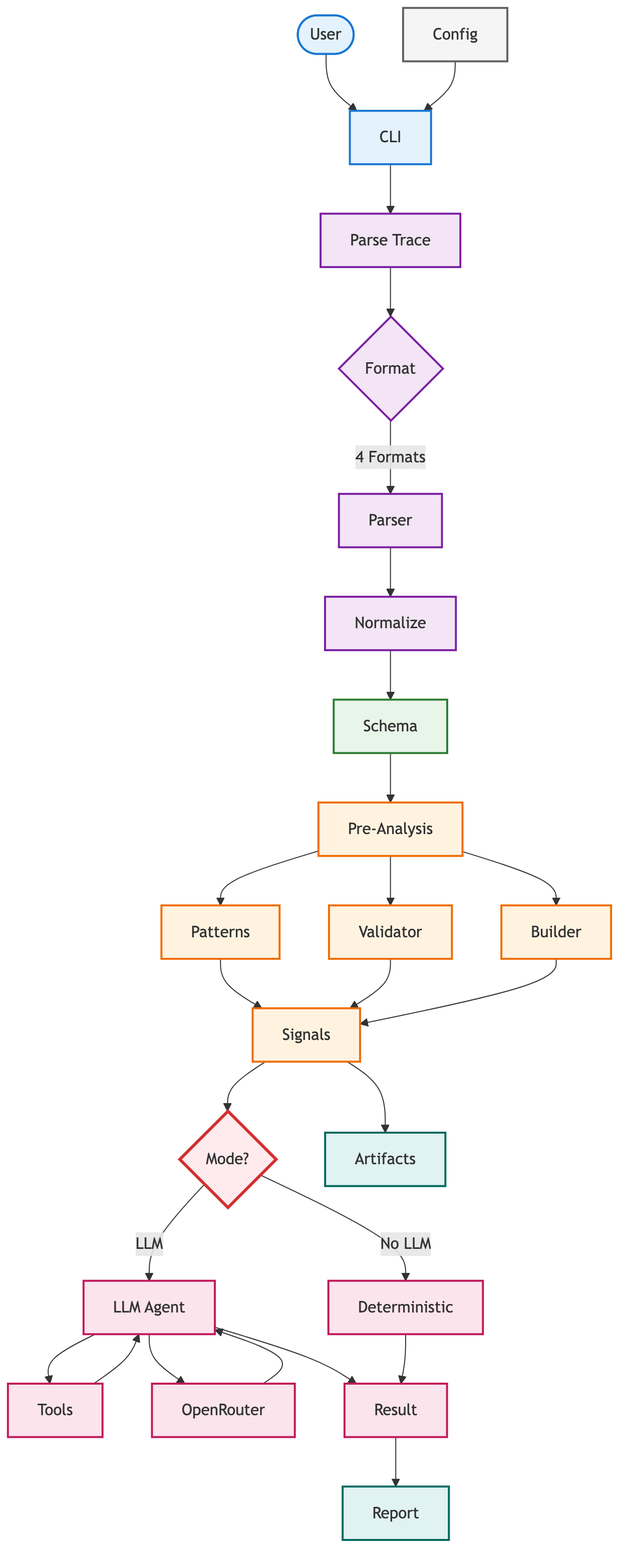
haseebraza715/agent-autopsy keeps this Mermaid diagram as diagrams/architecture.png. Above is the earlier version. Its source is kept beside it as diagrams/architecture.mmd. Source of this version:
```mermaid
graph TB
    Start([User]) --> CLI[CLI]
    Config[Config] --> CLI

    CLI --> Parse[Parse Trace]
    Parse --> Format{Format}
    Format -->|4 Formats| Parser[Parser]
    Parser --> Normalize[Normalize]

    Normalize --> Schema[Schema]
    Schema --> PreAnalysis[Pre-Analysis]

    PreAnalysis --> Patterns[Patterns]
    PreAnalysis --> Validator[Validator]
    PreAnalysis --> Builder[Builder]

    Patterns --> Signals[Signals]
    Validator --> Signals
    Builder --> Signals

    Signals --> Decision{Mode?}
    Decision -->|No LLM| Det[Deterministic]
    Decision -->|LLM| LLM[LLM Agent]

    LLM --> Tools[Tools]
    LLM --> API[OpenRouter]
    Tools --> LLM
    API --> LLM

    LLM --> Result[Result]
    Det --> Result

    Result --> Report[Report]
    Signals --> Artifacts[Artifacts]

    classDef entry fill:#e3f2fd,stroke:#1976d2,stroke-width:2px
    classDef ingestion fill:#f3e5f5,stroke:#7b1fa2,stroke-width:2px
    classDef schema fill:#e8f5e9,stroke:#2e7d32,stroke-width:2px
    classDef preanalysis fill:#fff3e0,stroke:#ef6c00,stroke-width:2px
    classDef analysis fill:#fce4ec,stroke:#c2185b,stroke-width:2px
    classDef output fill:#e0f2f1,stroke:#00695c,stroke-width:2px
    classDef config fill:#f5f5f5,stroke:#616161,stroke-width:2px
    classDef decision fill:#ffebee,stroke:#d32f2f,stroke-width:3px

    class Start,CLI entry
    class Parse,Format,Parser,Normalize ingestion
    class Schema schema
    class PreAnalysis,Patterns,Validator,Builder,Signals preanalysis
    class Decision,LLM,Det,Tools,API,Result analysis
    class Report,Artifacts output
    class Config config
    class Decision decision
```
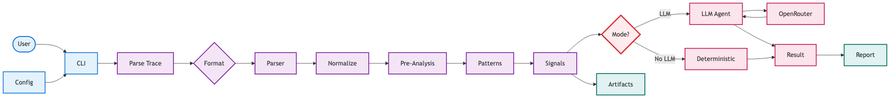
Later version of the same file.

Commit message:
Update architecture diagram - smaller, wider, more concise

Change to the diagram source:
```diff
@@ -1,52 +1,37 @@
-graph TB
-    Start([User]) --> CLI[CLI]
+graph LR
+    User([User]) --> CLI[CLI]
     Config[Config] --> CLI
 
     CLI --> Parse[Parse Trace]
     Parse --> Format{Format}
-    Format -->|4 Formats| Parser[Parser]
+    Format --> Parser[Parser]
     Parser --> Normalize[Normalize]
 
-    Normalize --> Schema[Schema]
-    Schema --> PreAnalysis[Pre-Analysis]
-
+    Normalize --> PreAnalysis[Pre-Analysis]
     PreAnalysis --> Patterns[Patterns]
-    PreAnalysis --> Validator[Validator]
-    PreAnalysis --> Builder[Builder]
-
     Patterns --> Signals[Signals]
-    Validator --> Signals
-    Builder --> Signals
 
     Signals --> Decision{Mode?}
+
     Decision -->|No LLM| Det[Deterministic]
+
     Decision -->|LLM| LLM[LLM Agent]
-
-    LLM --> Tools[Tools]
     LLM --> API[OpenRouter]
-    Tools --> LLM
     API --> LLM
 
     LLM --> Result[Result]
     Det --> Result
-
     Result --> Report[Report]
     Signals --> Artifacts[Artifacts]
 
     classDef entry fill:#e3f2fd,stroke:#1976d2,stroke-width:2px
-    classDef ingestion fill:#f3e5f5,stroke:#7b1fa2,stroke-width:2px
-    classDef schema fill:#e8f5e9,stroke:#2e7d32,stroke-width:2px
-    classDef preanalysis fill:#fff3e0,stroke:#ef6c00,stroke-width:2px
+    classDef process fill:#f3e5f5,stroke:#7b1fa2,stroke-width:2px
     classDef analysis fill:#fce4ec,stroke:#c2185b,stroke-width:2px
     classDef output fill:#e0f2f1,stroke:#00695c,stroke-width:2px
-    classDef config fill:#f5f5f5,stroke:#616161,stroke-width:2px
     classDef decision fill:#ffebee,stroke:#d32f2f,stroke-width:3px
 
-    class Start,CLI entry
-    class Parse,Format,Parser,Normalize ingestion
-    class Schema schema
-    class PreAnalysis,Patterns,Validator,Builder,Signals preanalysis
-    class Decision,LLM,Det,Tools,API,Result analysis
+    class User,CLI,Config entry
+    class Parse,Format,Parser,Normalize,PreAnalysis,Patterns,Signals process
+    class Decision decision
+    class Det,LLM,API,Result analysis
     class Report,Artifacts output
-    class Config config
-    class Decision decision
```
